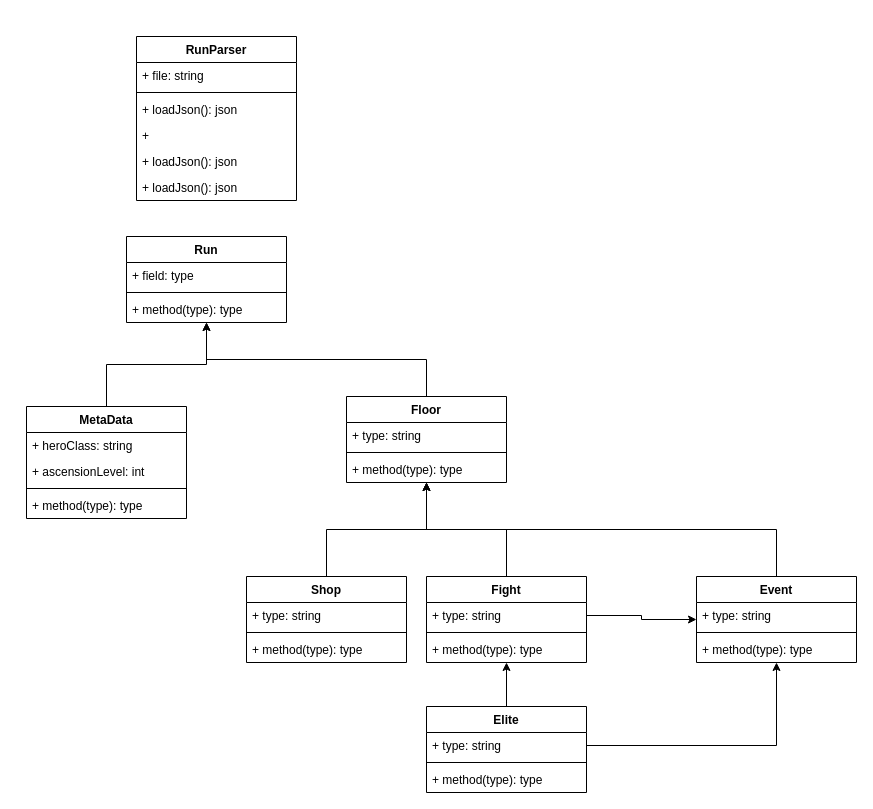
This is docs/schema_WiP.drawio from SchOlivier/StsAnalytics, a draw.io file, before an edit. Source tidied: cells renumbered, new cells numbered last; positions are measured from the earlier drawing's top-left corner, leaving out a move shared by most shapes. Both pictures are drawn from the tidied source at 100%, with x=0, y=0 at pixel (26, 36).
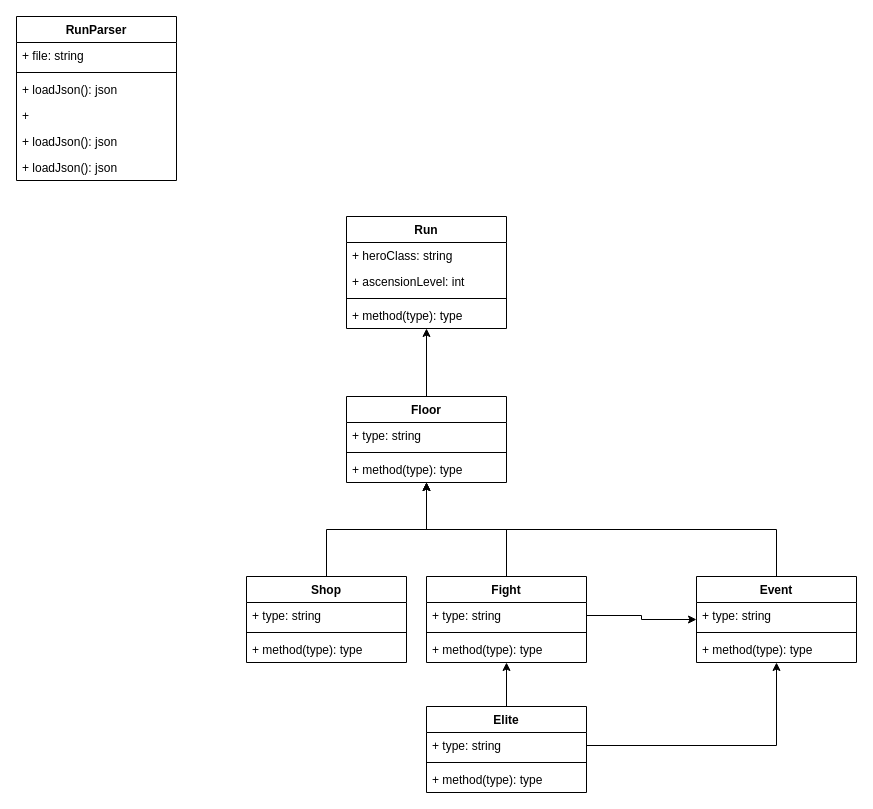
The same diagram, later.

What changed in the source:
```diff
@@
     <mxCell id="2" value="RunParser" style="swimlane;fontStyle=1;align=center;verticalAlign=top;horizontal=1;startSize=26;" parent="1" vertex="1">
-      <mxGeometry x="110" width="160" height="164" as="geometry" />
+      <mxGeometry x="-10" y="-20" width="160" height="164" as="geometry" />
     </mxCell>
@@
     <mxCell id="9" value="Run" style="swimlane;fontStyle=1;align=center;verticalAlign=top;horizontal=1;startSize=26;" parent="1" vertex="1">
-      <mxGeometry x="100" y="200" width="160" height="86" as="geometry" />
+      <mxGeometry x="320" y="180" width="160" height="112" as="geometry" />
     </mxCell>
-    <mxCell id="10" value="+ field: type" style="text;strokeColor=none;fillColor=none;align=left;verticalAlign=top;spacingLeft=4;spacingRight=4;overflow=hidden;" parent="9" vertex="1">
-      <mxGeometry y="26" width="160" height="26" as="geometry" />
-    </mxCell>
+    <mxCell id="15" value="+ heroClass: string" style="text;strokeColor=none;fillColor=none;align=left;verticalAlign=top;spacingLeft=4;spacingRight=4;overflow=hidden;" parent="9" vertex="1">
+      <mxGeometry y="26" width="160" height="26" as="geometry" />
+    </mxCell>
+    <mxCell id="16" value="+ ascensionLevel: int" style="text;strokeColor=none;fillColor=none;align=left;verticalAlign=top;spacingLeft=4;spacingRight=4;overflow=hidden;" parent="9" vertex="1">
+      <mxGeometry y="52" width="160" height="26" as="geometry" />
+    </mxCell>
     <mxCell id="11" style="line;strokeWidth=1;fillColor=none;align=left;verticalAlign=middle;spacingTop=-1;spacingLeft=3;spacingRight=3;labelPosition=right;strokeColor=inherit;" parent="9" vertex="1">
-      <mxGeometry y="52" width="160" height="8" as="geometry" />
+      <mxGeometry y="78" width="160" height="8" as="geometry" />
     </mxCell>
     <mxCell id="12" value="+ method(type): type" style="text;strokeColor=none;fillColor=none;align=left;verticalAlign=top;spacingLeft=4;spacingRight=4;overflow=hidden;" parent="9" vertex="1">
-      <mxGeometry y="60" width="160" height="26" as="geometry" />
+      <mxGeometry y="86" width="160" height="26" as="geometry" />
     </mxCell>
-    <mxCell id="13" style="edgeStyle=orthogonalEdgeStyle;rounded=0;jettySize=auto;html=1;exitX=0.5;exitY=0;exitDx=0;exitDy=0;" parent="1" edge="1" source="14" target="9">
-      <mxGeometry relative="1" as="geometry" />
-    </mxCell>
-    <mxCell id="14" value="MetaData" style="swimlane;fontStyle=1;align=center;verticalAlign=top;horizontal=1;startSize=26;" parent="1" vertex="1">
-      <mxGeometry y="370" width="160" height="112" as="geometry" />
-    </mxCell>
-    <mxCell id="15" value="+ heroClass: string" style="text;strokeColor=none;fillColor=none;align=left;verticalAlign=top;spacingLeft=4;spacingRight=4;overflow=hidden;" parent="14" vertex="1">
-      <mxGeometry y="26" width="160" height="26" as="geometry" />
-    </mxCell>
-    <mxCell id="16" value="+ ascensionLevel: int" style="text;strokeColor=none;fillColor=none;align=left;verticalAlign=top;spacingLeft=4;spacingRight=4;overflow=hidden;" parent="14" vertex="1">
-      <mxGeometry y="52" width="160" height="26" as="geometry" />
-    </mxCell>
-    <mxCell id="17" style="line;strokeWidth=1;fillColor=none;align=left;verticalAlign=middle;spacingTop=-1;spacingLeft=3;spacingRight=3;labelPosition=right;strokeColor=inherit;" parent="14" vertex="1">
-      <mxGeometry y="78" width="160" height="8" as="geometry" />
-    </mxCell>
-    <mxCell id="18" value="+ method(type): type" style="text;strokeColor=none;fillColor=none;align=left;verticalAlign=top;spacingLeft=4;spacingRight=4;overflow=hidden;" parent="14" vertex="1">
-      <mxGeometry y="86" width="160" height="26" as="geometry" />
-    </mxCell>
```
